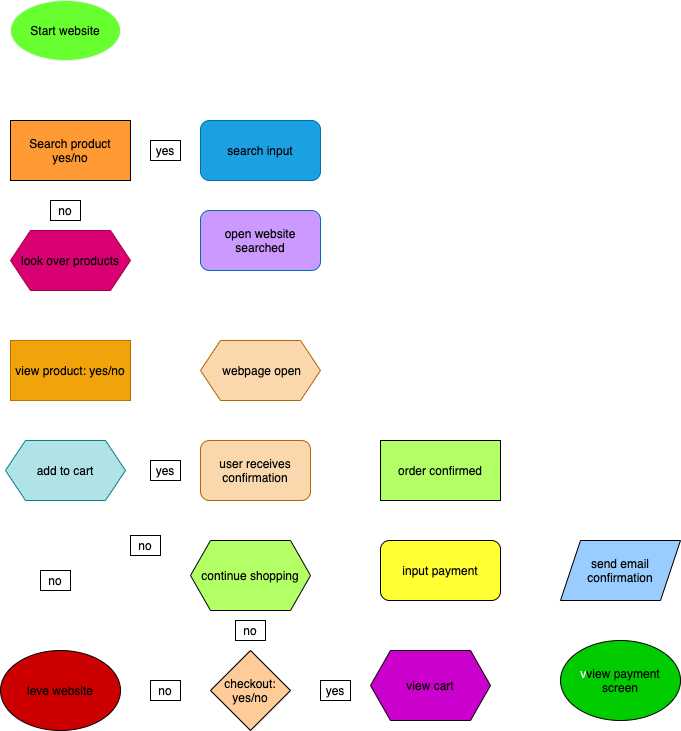
Before: explore/diagramming/diagram.drawio.png, a diagram exported from draw.io (ansavp/fa21-cse110-lab4). Source tidied: cells renumbered, new cells last; positions are measured from the earlier drawing's top-left corner, leaving out a move shared by most shapes.
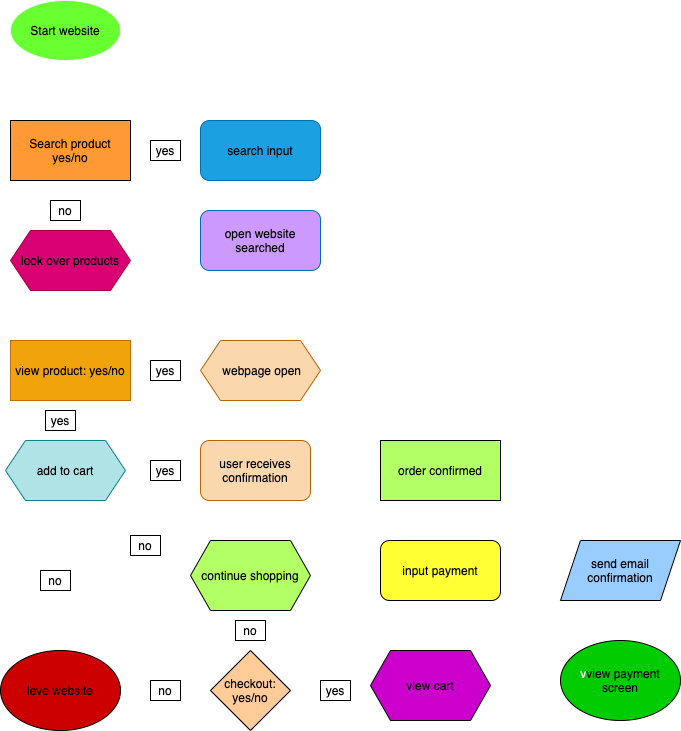
Above is the later version.

Change to the diagram source:
```diff
@@ -77,5 +77,11 @@
     <mxCell id="26" value="&lt;font color=&quot;#000000&quot;&gt;yes&lt;/font&gt;" style="rounded=0;whiteSpace=wrap;html=1;fontColor=#F0F0F0;fillColor=#FFFFFF;" parent="1" vertex="1">
       <mxGeometry x="320" y="680" width="30" height="20" as="geometry" />
     </mxCell>
+    <mxCell id="27" value="&lt;font color=&quot;#000000&quot;&gt;yes&lt;/font&gt;" style="rounded=0;whiteSpace=wrap;html=1;fontColor=#F0F0F0;fillColor=#FFFFFF;" parent="1" vertex="1">
+      <mxGeometry x="45" y="410" width="30" height="20" as="geometry" />
+    </mxCell>
+    <mxCell id="28" value="&lt;font color=&quot;#000000&quot;&gt;yes&lt;/font&gt;" style="rounded=0;whiteSpace=wrap;html=1;fontColor=#F0F0F0;fillColor=#FFFFFF;" parent="1" vertex="1">
+      <mxGeometry x="150" y="360" width="30" height="20" as="geometry" />
+    </mxCell>
   </root>
 </mxGraphModel>
```
